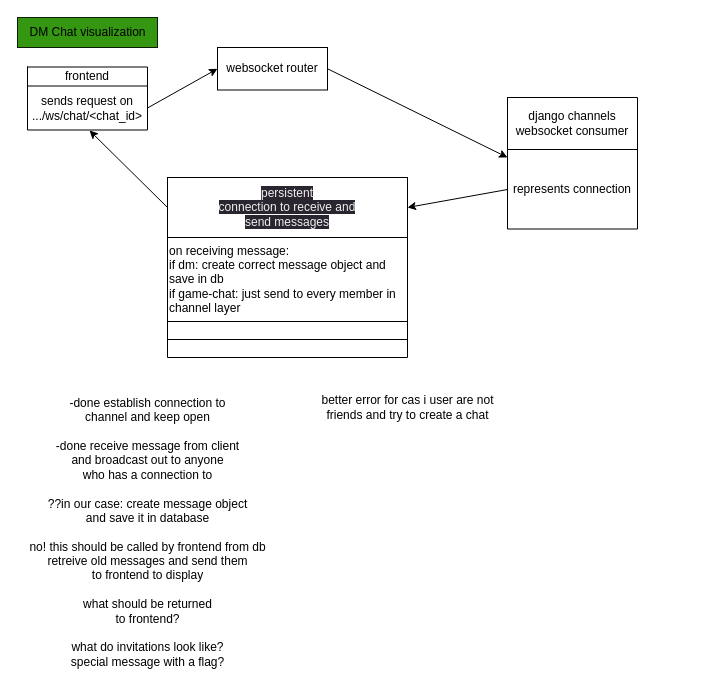
vasilisalmpanis/ft_trancendence keeps this draw.io diagram as docs/dm_chat.drawio. Above is the earlier version. Source tidied: cells renumbered, new cells numbered last; positions are measured from the earlier drawing's top-left corner, leaving out a move shared by most shapes. Both pictures are drawn from the tidied source at 100%, with x=0, y=0 at pixel (17, 17).
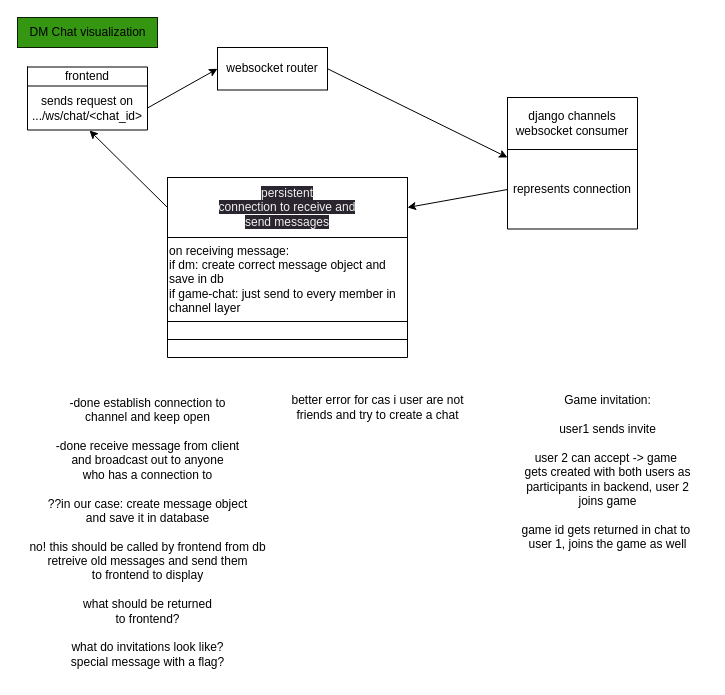
The same diagram, later.

Commit message (it also covers changes not shown here):
better chatcomsumer

Diff of the diagram source:
```diff
@@
     <mxCell id="27" value="better error for cas i user are not&lt;br&gt;friends and try to create a chat" style="text;html=1;align=center;verticalAlign=middle;strokeColor=none;fillColor=none;" parent="1" vertex="1">
-      <mxGeometry x="290" y="370" width="200" height="40" as="geometry" />
+      <mxGeometry x="260" y="370" width="200" height="40" as="geometry" />
     </mxCell>
+    <mxCell id="28" value="Game invitation:&lt;br&gt;&lt;br&gt;user1 sends invite&lt;br&gt;&lt;br&gt;user 2 can accept -&amp;gt; game&amp;nbsp;&lt;br&gt;gets created with both users as &lt;br&gt;participants in backend, user 2&lt;br&gt;joins game&lt;br&gt;&lt;br&gt;game id gets returned in chat to&amp;nbsp;&lt;br&gt;user 1, joins the game as well&lt;br&gt;" style="text;html=1;align=center;verticalAlign=middle;strokeColor=none;fillColor=none;" parent="1" vertex="1">
+      <mxGeometry x="490" y="370" width="200" height="170" as="geometry" />
+    </mxCell>
```
